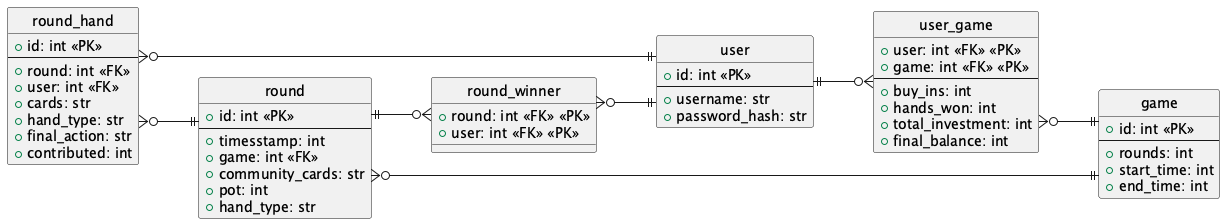
Earlier version of the PlantUML export 18-poker/db.png (LilleAila/it1).
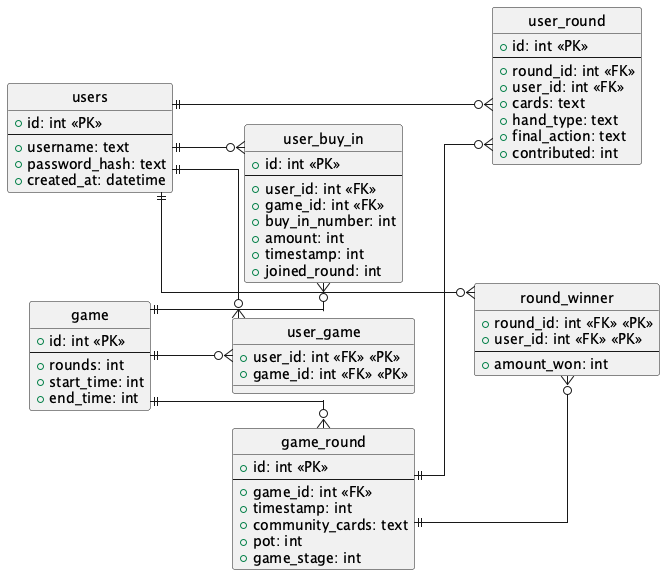
After the change.

Change to the diagram source:
```diff
@@ -3,11 +3,12 @@
 skinparam linetype ortho
 hide circle
 
-entity user {
+entity users {
   +id: int <<PK>>
   --
-  +username: str
-  +password_hash: str
+  +username: text
+  +password_hash: text
+  +created_at: datetime
 }
 
 entity game {
@@ -19,46 +20,61 @@
 }
 
 entity user_game {
-  +user: int <<FK>> <<PK>>
-  +game: int <<FK>> <<PK>>
-  --
-  +buy_ins: int
-  +hands_won: int
-  +total_investment: int
-  +final_balance: int
+  +user_id: int <<FK>> <<PK>>
+  +game_id: int <<FK>> <<PK>>
 }
 
-entity round {
+entity user_buy_in {
   +id: int <<PK>>
   --
-  +timesstamp: int
-  +game: int <<FK>>
-  +community_cards: str
+  +user_id: int <<FK>>
+  +game_id: int <<FK>>
+  +buy_in_number: int
+  +amount: int
+  +timestamp: int
+  +joined_round: int
+}
+
+entity game_round {
+  +id: int <<PK>>
+  --
+  +game_id: int <<FK>>
+  +timestamp: int
+  +community_cards: text
   +pot: int
-  +hand_type: str
+  +game_stage: int
+}
+
+entity user_round {
+  +id: int <<PK>>
+  --
+  +round_id: int <<FK>>
+  +user_id: int <<FK>>
+  +cards: text
+  +hand_type: text
+  +final_action: text
+  +contributed: int
 }
 
 entity round_winner {
-  +round: int <<FK>> <<PK>>
-  +user: int <<FK>> <<PK>>
+  +round_id: int <<FK>> <<PK>>
+  +user_id: int <<FK>> <<PK>>
+  --
+  +amount_won: int
 }
 
-entity round_hand {
-  +id: int <<PK>>
-  --
-  +round: int <<FK>>
-  +user: int <<FK>>
-  +cards: str
-  +hand_type: str
-  +final_action: str
-  +contributed: int
-}
+users ||--o{ user_game
+game  ||--o{ user_game
 
-user ||--o{ user_game
-user_game }o--|| game
-round }o--|| game
-round_hand }o--|| round
-round_hand }o--|| user
-round ||--o{ round_winner
-round_winner }o--|| user
+users ||--o{ user_buy_in
+game  ||--o{ user_buy_in
+
+game  ||--o{ game_round
+
+game_round ||--o{ user_round
+users      ||--o{ user_round
+
+game_round ||--o{ round_winner
+users      ||--o{ round_winner
+
 @enduml
```
